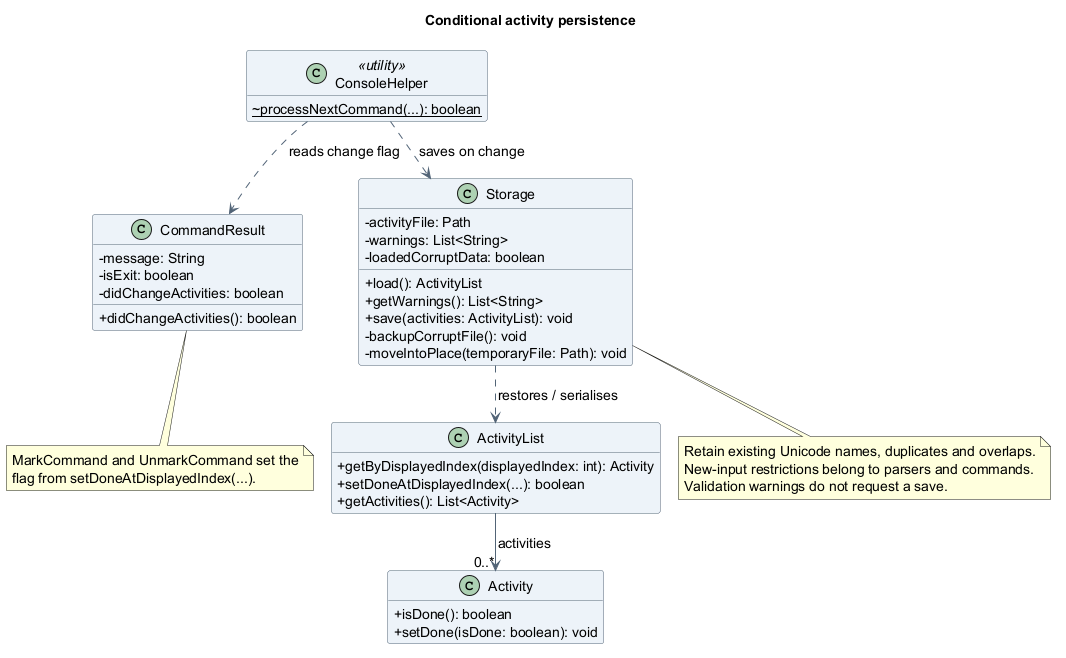
Earlier version of the PlantUML export docs/images/oliver/class/ActivityPersistenceClassDiagram.png (AY2627S1-CS2113-T10-4/tp). Source of this version:
```plantuml
@startuml
!pragma layout smetana
title Conditional activity persistence
skinparam backgroundColor white
skinparam shadowing false
skinparam defaultFontName SansSerif
skinparam defaultFontSize 14
skinparam classAttributeIconSize 0
skinparam classBackgroundColor #EDF3F8
skinparam classBorderColor #526477
skinparam ArrowColor #526477
hide empty members

class ConsoleHelper <<utility>> {
  {static} ~processNextCommand(...): boolean
}
class CommandResult {
  -message: String
  -isExit: boolean
  -didChangeActivities: boolean
  +didChangeActivities(): boolean
}
class Storage {
  -activityFile: Path
  -warnings: List<String>
  -loadedCorruptData: boolean
  +load(): ActivityList
  +getWarnings(): List<String>
  +save(activities: ActivityList): void
  -backupCorruptFile(): void
  -moveIntoPlace(temporaryFile: Path): void
}
class ActivityList {
  +getByDisplayedIndex(displayedIndex: int): Activity
  +setDoneAtDisplayedIndex(...): boolean
  +getActivities(): List<Activity>
}
class Activity {
  +isDone(): boolean
  +setDone(isDone: boolean): void
}

ConsoleHelper ..> CommandResult : reads change flag
ConsoleHelper ..> Storage : saves on change
Storage ..> ActivityList : restores / serialises
ActivityList --> "0..*" Activity : activities

note bottom of CommandResult
  MarkCommand and UnmarkCommand set the
  flag from setDoneAtDisplayedIndex(...).
end note
note bottom of Storage
  Retain existing Unicode names, duplicates and overlaps.
  New-input restrictions belong to parsers and commands.
  Validation warnings do not request a save.
end note
@enduml
```
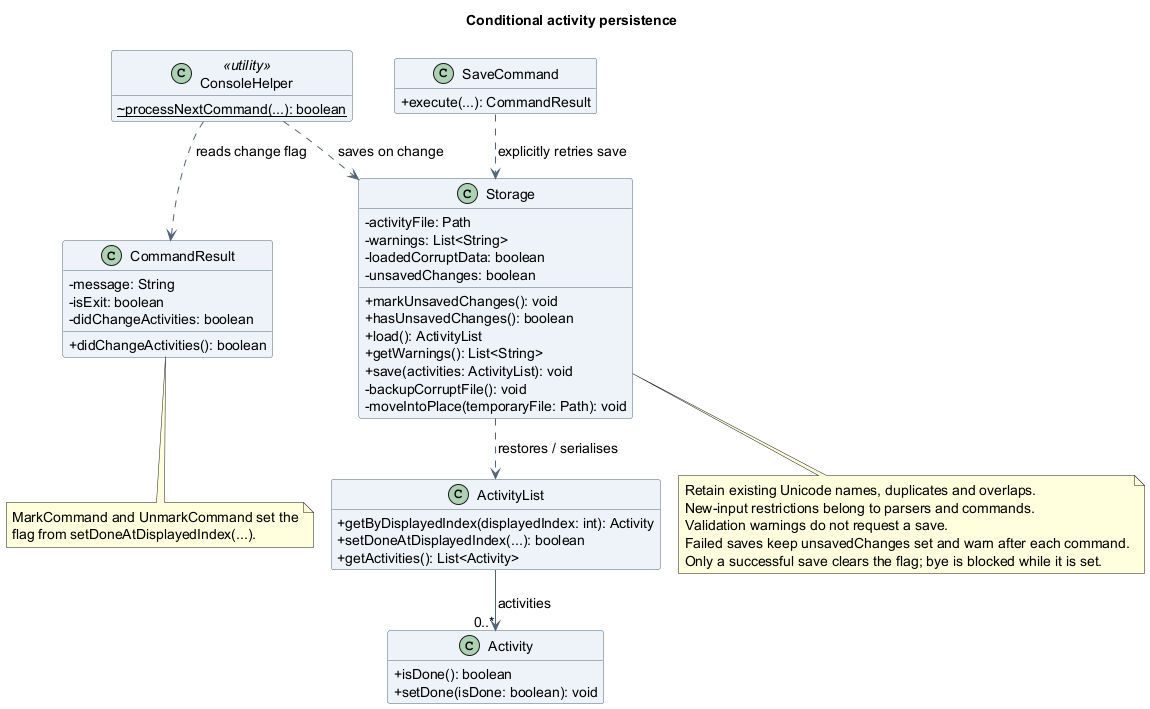
Above is the later version.

Change to the diagram source:
```diff
@@ -24,6 +24,9 @@
   -activityFile: Path
   -warnings: List<String>
   -loadedCorruptData: boolean
+  -unsavedChanges: boolean
+  +markUnsavedChanges(): void
+  +hasUnsavedChanges(): boolean
   +load(): ActivityList
   +getWarnings(): List<String>
   +save(activities: ActivityList): void
@@ -35,6 +38,9 @@
   +setDoneAtDisplayedIndex(...): boolean
   +getActivities(): List<Activity>
 }
+class SaveCommand {
+  +execute(...): CommandResult
+}
 class Activity {
   +isDone(): boolean
   +setDone(isDone: boolean): void
@@ -42,6 +48,7 @@
 
 ConsoleHelper ..> CommandResult : reads change flag
 ConsoleHelper ..> Storage : saves on change
+SaveCommand ..> Storage : explicitly retries save
 Storage ..> ActivityList : restores / serialises
 ActivityList --> "0..*" Activity : activities
 
@@ -53,5 +60,7 @@
   Retain existing Unicode names, duplicates and overlaps.
   New-input restrictions belong to parsers and commands.
   Validation warnings do not request a save.
+  Failed saves keep unsavedChanges set and warn after each command.
+  Only a successful save clears the flag; bye is blocked while it is set.
 end note
 @enduml
```
